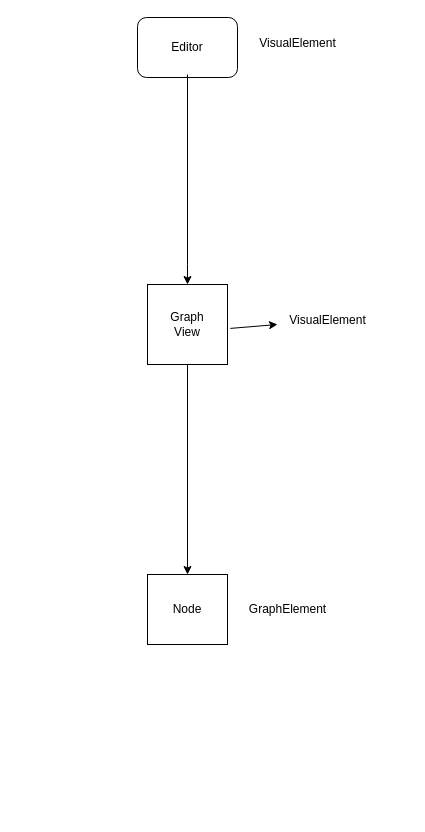
Earlier version of the draw.io diagram UIToolkit/GraphVew可视化节点.drawio (xzp3094997376/DrawIO). Source tidied: cells renumbered, new cells numbered last; positions are measured from the earlier drawing's top-left corner, leaving out a move shared by most shapes. Both pictures are drawn from the tidied source at 100%, with x=0, y=0 at pixel (137, 17).
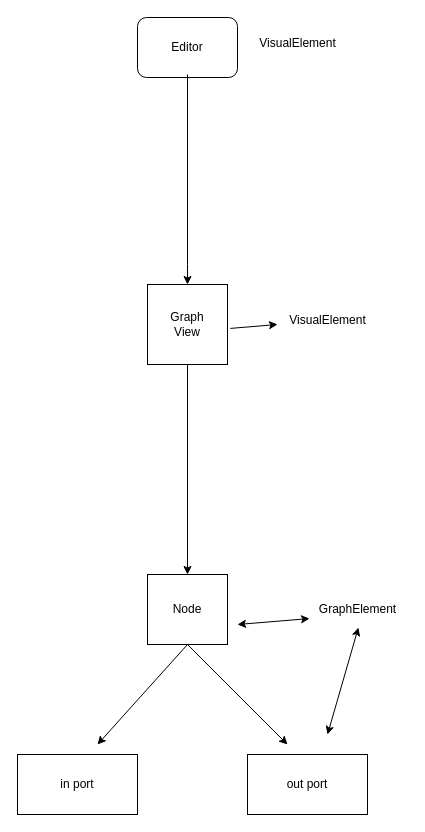
The same diagram, later.

Commit message (it also covers changes not shown here):
更新GraphVew可视化节点.drawio

Diff of the diagram source:
```diff
@@
     <mxCell id="8" value="GraphElement" style="text;html=1;align=center;verticalAlign=middle;points=[];strokeColor=none;fillColor=none;" parent="1" vertex="1">
-      <mxGeometry x="100" y="577" width="100" height="30" as="geometry" />
+      <mxGeometry x="170" y="577" width="100" height="30" as="geometry" />
     </mxCell>
@@
+    <mxCell id="11" style="endArrow=classic;html=1;rounded=0;" parent="1" edge="1">
+      <mxGeometry relative="1" as="geometry">
+        <mxPoint x="50" y="627" as="sourcePoint" />
+        <mxPoint x="-40" y="727" as="targetPoint" />
+      </mxGeometry>
+    </mxCell>
+    <mxCell id="12" style="endArrow=classic;html=1;rounded=0;" parent="1" edge="1">
+      <mxGeometry relative="1" as="geometry">
+        <mxPoint x="50" y="627" as="sourcePoint" />
+        <mxPoint x="150" y="727" as="targetPoint" />
+      </mxGeometry>
+    </mxCell>
+    <mxCell id="13" value="i&lt;span style=&quot;background-color: initial; color: rgb(0, 0, 0); --darkreader-inline-bgcolor: initial; --darkreader-inline-color: #fffbec;&quot;&gt;n port&lt;/span&gt;" style="whiteSpace=wrap;html=1;" parent="1" vertex="1">
+      <mxGeometry x="-120" y="737" width="120" height="60" as="geometry" />
+    </mxCell>
+    <mxCell id="14" value="out port" style="whiteSpace=wrap;html=1;" parent="1" vertex="1">
+      <mxGeometry x="110" y="737" width="120" height="60" as="geometry" />
+    </mxCell>
+    <mxCell id="15" style="endArrow=classic;startArrow=classic;html=1;rounded=0;entryX=0.509;entryY=1.101;entryDx=0;entryDy=0;entryPerimeter=0;" parent="1" edge="1" target="8">
+      <mxGeometry relative="1" as="geometry">
+        <mxPoint x="190" y="717" as="sourcePoint" />
+      </mxGeometry>
+    </mxCell>
+    <mxCell id="16" style="endArrow=classic;startArrow=classic;html=1;rounded=0;entryX=0.02;entryY=0.802;entryDx=0;entryDy=0;entryPerimeter=0;" parent="1" edge="1" target="8">
+      <mxGeometry relative="1" as="geometry">
+        <mxPoint x="100" y="607" as="sourcePoint" />
+      </mxGeometry>
+    </mxCell>
```
